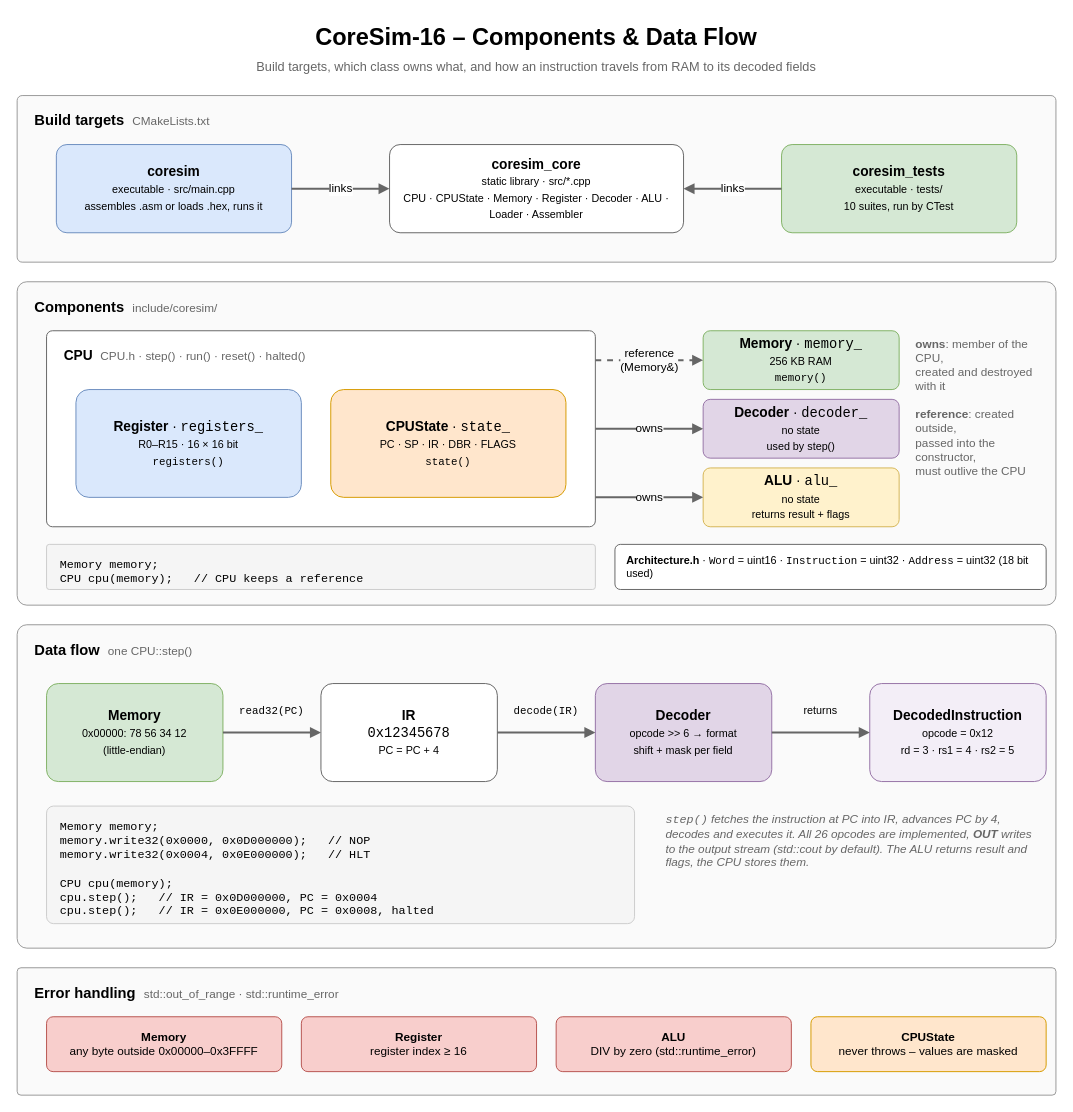
kpolet2010-hue/CoreSim keeps this draw.io diagram as diagrams/data-flow.drawio. Above is the earlier version. Source tidied: cells renumbered, new cells numbered last; positions are measured from the earlier drawing's top-left corner, leaving out a move shared by most shapes. Both pictures are drawn from the tidied source at 98%, with x=0, y=0 at pixel (17, 17).
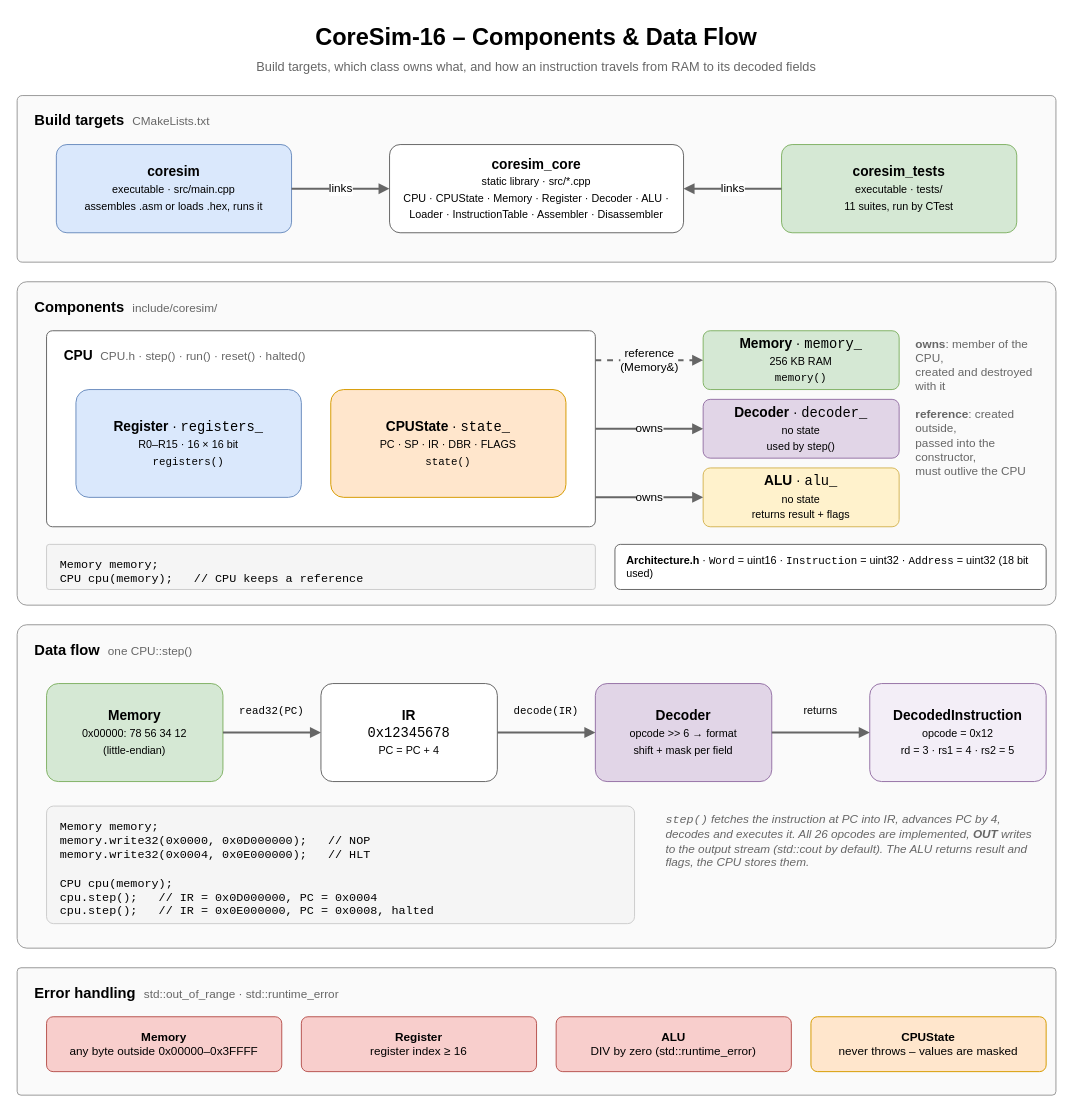
Above is the later version.

Commit message (it also covers changes not shown here):
docs: document the disassembler and the instruction table

What changed in the source:
```diff
@@
-    <mxCell id="5" value="&lt;b&gt;coresim_core&lt;/b&gt;&lt;br&gt;&lt;font style=&quot;font-size:11px&quot;&gt;static library &amp;middot; src/*.cpp&lt;br&gt;CPU &amp;middot; CPUState &amp;middot; Memory &amp;middot; Register &amp;middot; Decoder &amp;middot; ALU &amp;middot; Loader &amp;middot; Assembler&lt;/font&gt;" style="rounded=1;arcSize=12;whiteSpace=wrap;html=1;fontFamily=Helvetica;fillColor=#ffffff;strokeColor=#666666;fontSize=14;" parent="1" vertex="1">
+    <mxCell id="5" value="&lt;b&gt;coresim_core&lt;/b&gt;&lt;br&gt;&lt;font style=&quot;font-size:11px&quot;&gt;static library &amp;middot; src/*.cpp&lt;br&gt;CPU &amp;middot; CPUState &amp;middot; Memory &amp;middot; Register &amp;middot; Decoder &amp;middot; ALU &amp;middot; Loader &amp;middot; InstructionTable &amp;middot; Assembler &amp;middot; Disassembler&lt;/font&gt;" style="rounded=1;arcSize=12;whiteSpace=wrap;html=1;fontFamily=Helvetica;fillColor=#ffffff;strokeColor=#666666;fontSize=14;" parent="1" vertex="1">
       <mxGeometry x="380" y="130" width="300" height="90" as="geometry" />
     </mxCell>
@@
-    <mxCell id="7" value="&lt;b&gt;coresim_tests&lt;/b&gt;&lt;br&gt;&lt;font style=&quot;font-size:11px&quot;&gt;executable &amp;middot; tests/&lt;br&gt;10 suites, run by CTest&lt;/font&gt;" style="rounded=1;arcSize=12;whiteSpace=wrap;html=1;fontFamily=Helvetica;fillColor=#d5e8d4;strokeColor=#82b366;fontSize=14;" parent="1" vertex="1">
+    <mxCell id="7" value="&lt;b&gt;coresim_tests&lt;/b&gt;&lt;br&gt;&lt;font style=&quot;font-size:11px&quot;&gt;executable &amp;middot; tests/&lt;br&gt;11 suites, run by CTest&lt;/font&gt;" style="rounded=1;arcSize=12;whiteSpace=wrap;html=1;fontFamily=Helvetica;fillColor=#d5e8d4;strokeColor=#82b366;fontSize=14;" parent="1" vertex="1">
       <mxGeometry x="780" y="130" width="240" height="90" as="geometry" />
     </mxCell>
```
